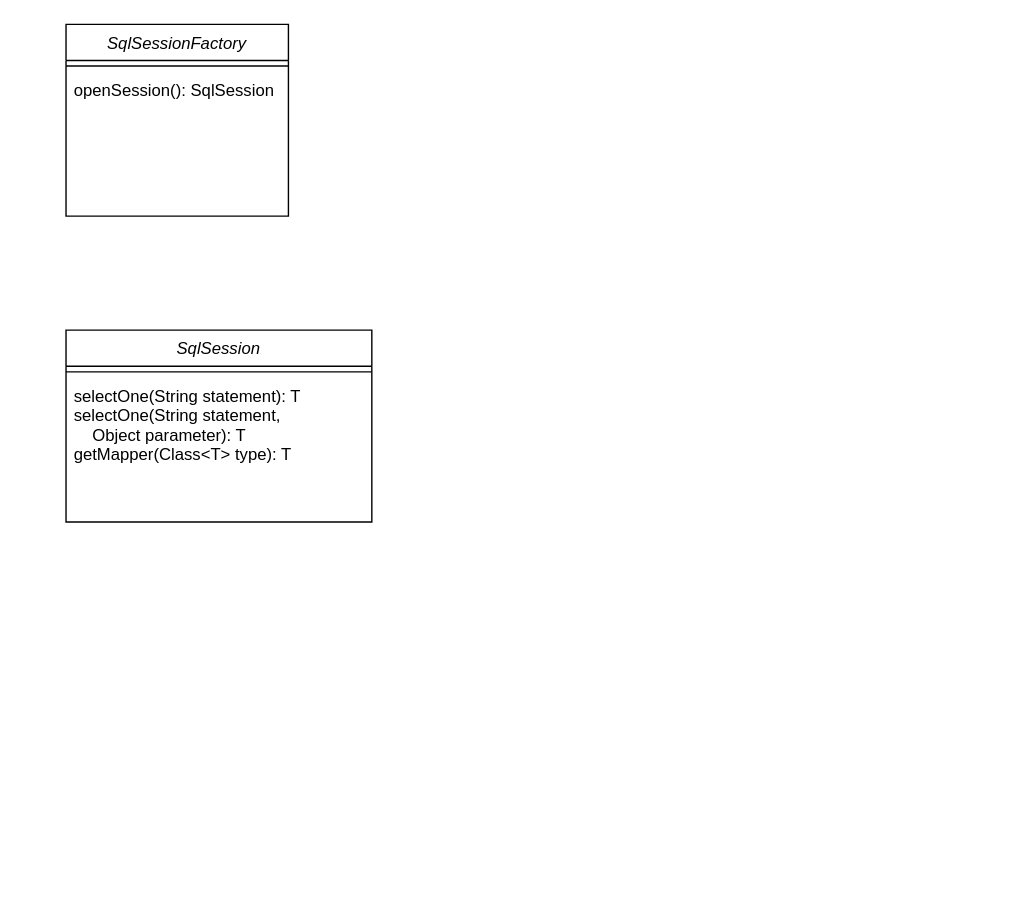
This is 未命名绘图.drawio from weixiaojian/draw-io-lib, a draw.io file, before an edit. Source tidied: cells renumbered, new cells numbered last; positions are measured from the earlier drawing's top-left corner, leaving out a move shared by most shapes. Both pictures are drawn from the tidied source at 139%, with x=0, y=0 at pixel (65, 24).
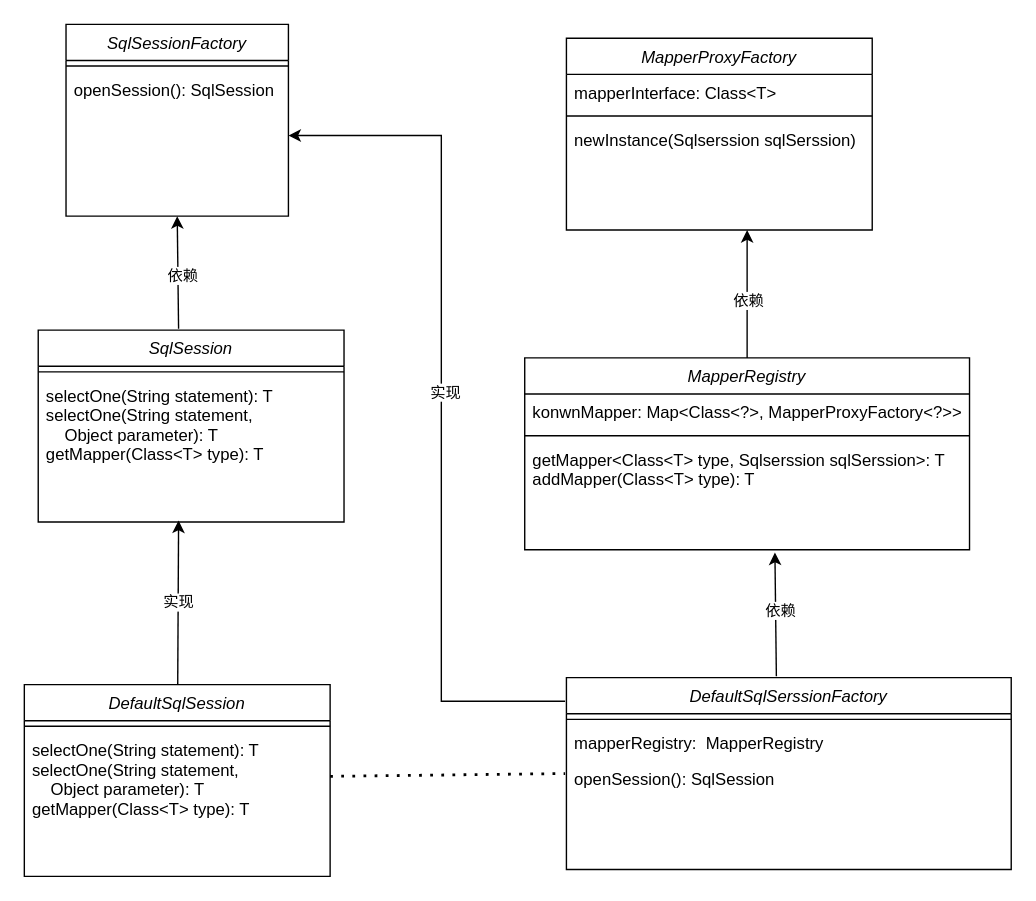
After the change.

Commit message:
更新未命名绘图.drawio

The change refers to these unchanged cells:
```xml
<mxCell id="2" value="SqlSessionFactory" style="swimlane;fontStyle=2;align=center;verticalAlign=top;horizontal=1;startSize=26;rounded=0;shadow=0;strokeWidth=1;" parent="1" vertex="1">
  <mxGeometry width="160" height="138" as="geometry" />
</mxCell>
<mxCell id="7" value="selectOne(String statement): T&#10;selectOne(String statement, &#10;    Object parameter): T&#10;getMapper(Class&lt;T&gt; type): T" style="text;align=left;verticalAlign=top;spacingLeft=4;spacingRight=4;overflow=hidden;points=[[0,0.5],[1,0.5]];portConstraint=eastwest;" parent="5" vertex="1">
  <mxGeometry y="34" width="220" height="96" as="geometry" />
</mxCell>
```

The edit, as a diff of the source:
```diff
@@
     <mxCell id="5" value="SqlSession" style="swimlane;fontStyle=2;align=center;verticalAlign=top;horizontal=1;startSize=26;rounded=0;shadow=0;strokeWidth=1;" parent="1" vertex="1">
-      <mxGeometry y="220" width="220" height="138" as="geometry" />
+      <mxGeometry x="-20" y="220" width="220" height="138" as="geometry" />
     </mxCell>
@@
+    <mxCell id="8" value="DefaultSqlSession" style="swimlane;fontStyle=2;align=center;verticalAlign=top;horizontal=1;startSize=26;rounded=0;shadow=0;strokeWidth=1;" parent="1" vertex="1">
+      <mxGeometry x="-30" y="475" width="220" height="138" as="geometry" />
+    </mxCell>
+    <mxCell id="9" style="line;html=1;strokeWidth=1;align=left;verticalAlign=middle;spacingTop=-1;spacingLeft=3;spacingRight=3;labelPosition=right;" parent="8" vertex="1">
+      <mxGeometry y="26" width="220" height="8" as="geometry" />
+    </mxCell>
+    <mxCell id="10" value="selectOne(String statement): T&#10;selectOne(String statement, &#10;    Object parameter): T&#10;getMapper(Class&lt;T&gt; type): T" style="text;align=left;verticalAlign=top;spacingLeft=4;spacingRight=4;overflow=hidden;" parent="8" vertex="1">
+      <mxGeometry y="34" width="220" height="96" as="geometry" />
+    </mxCell>
+    <mxCell id="11" style="endArrow=classic;html=1;rounded=0;entryX=0.459;entryY=1.073;entryDx=0;entryDy=0;entryPerimeter=0;" parent="1" edge="1" source="8" target="7">
+      <mxGeometry relative="1" as="geometry" />
+    </mxCell>
+    <mxCell id="12" value="实现" style="edgeLabel;html=1;align=center;verticalAlign=middle;" parent="11" vertex="1">
+      <mxGeometry x="0.02" relative="1" as="geometry" />
+    </mxCell>
+    <mxCell id="13" style="endArrow=classic;html=1;rounded=0;exitX=0.459;exitY=-0.007;exitDx=0;exitDy=0;exitPerimeter=0;entryX=0.5;entryY=1;entryDx=0;entryDy=0;" parent="1" edge="1" source="5" target="2">
+      <mxGeometry relative="1" as="geometry" />
+    </mxCell>
+    <mxCell id="14" value="依赖" style="edgeLabel;html=1;align=center;verticalAlign=middle;" parent="13" vertex="1">
+      <mxGeometry x="-0.04" y="-3" relative="1" as="geometry" />
+    </mxCell>
+    <mxCell id="15" value="MapperProxyFactory" style="swimlane;fontStyle=2;align=center;verticalAlign=top;horizontal=1;startSize=26;rounded=0;shadow=0;strokeWidth=1;" parent="1" vertex="1">
+      <mxGeometry x="360" y="10" width="220" height="138" as="geometry" />
+    </mxCell>
+    <mxCell id="16" value="mapperInterface: Class&lt;T&gt;" style="text;align=left;verticalAlign=top;spacingLeft=4;spacingRight=4;overflow=hidden;" parent="15" vertex="1">
+      <mxGeometry y="26" width="220" height="26" as="geometry" />
+    </mxCell>
+    <mxCell id="17" style="line;html=1;strokeWidth=1;align=left;verticalAlign=middle;spacingTop=-1;spacingLeft=3;spacingRight=3;labelPosition=right;" parent="15" vertex="1">
+      <mxGeometry y="52" width="220" height="8" as="geometry" />
+    </mxCell>
+    <mxCell id="18" value="newInstance(Sqlserssion sqlSerssion)" style="text;align=left;verticalAlign=top;spacingLeft=4;spacingRight=4;overflow=hidden;" parent="15" vertex="1">
+      <mxGeometry y="60" width="220" height="26" as="geometry" />
+    </mxCell>
+    <mxCell id="19" value="MapperRegistry" style="swimlane;fontStyle=2;align=center;verticalAlign=top;horizontal=1;startSize=26;rounded=0;shadow=0;strokeWidth=1;" parent="1" vertex="1">
+      <mxGeometry x="330" y="240" width="320" height="138" as="geometry" />
+    </mxCell>
+    <mxCell id="20" value="konwnMapper: Map&lt;Class&lt;?&gt;, MapperProxyFactory&lt;?&gt;&gt;" style="text;align=left;verticalAlign=top;spacingLeft=4;spacingRight=4;overflow=hidden;" parent="19" vertex="1">
+      <mxGeometry y="26" width="320" height="26" as="geometry" />
+    </mxCell>
+    <mxCell id="21" style="line;html=1;strokeWidth=1;align=left;verticalAlign=middle;spacingTop=-1;spacingLeft=3;spacingRight=3;labelPosition=right;" parent="19" vertex="1">
+      <mxGeometry y="52" width="320" height="8" as="geometry" />
+    </mxCell>
+    <mxCell id="22" value="getMapper&lt;Class&lt;T&gt; type, Sqlserssion sqlSerssion&gt;: T&#10;addMapper(Class&lt;T&gt; type): T" style="text;align=left;verticalAlign=top;spacingLeft=4;spacingRight=4;overflow=hidden;" parent="19" vertex="1">
+      <mxGeometry y="60" width="320" height="70" as="geometry" />
+    </mxCell>
+    <mxCell id="23" value="DefaultSqlSerssionFactory" style="swimlane;fontStyle=2;align=center;verticalAlign=top;horizontal=1;startSize=26;rounded=0;shadow=0;strokeWidth=1;" parent="1" vertex="1">
+      <mxGeometry x="360" y="470" width="320" height="138" as="geometry" />
+    </mxCell>
+    <mxCell id="24" style="line;html=1;strokeWidth=1;align=left;verticalAlign=middle;spacingTop=-1;spacingLeft=3;spacingRight=3;labelPosition=right;" parent="23" vertex="1">
+      <mxGeometry y="26" width="320" height="8" as="geometry" />
+    </mxCell>
+    <mxCell id="25" value="mapperRegistry:  MapperRegistry" style="text;align=left;verticalAlign=top;spacingLeft=4;spacingRight=4;overflow=hidden;" parent="23" vertex="1">
+      <mxGeometry y="34" width="320" height="26" as="geometry" />
+    </mxCell>
+    <mxCell id="26" value="openSession(): SqlSession" style="text;align=left;verticalAlign=top;spacingLeft=4;spacingRight=4;overflow=hidden;points=[[0,0.5],[1,0.5]];portConstraint=eastwest;" parent="23" vertex="1">
+      <mxGeometry y="60" width="320" height="70" as="geometry" />
+    </mxCell>
+    <mxCell id="27" style="endArrow=none;dashed=1;html=1;dashPattern=1 3;strokeWidth=2;rounded=0;entryX=-0.003;entryY=0.129;entryDx=0;entryDy=0;entryPerimeter=0;exitX=1.023;exitY=0.219;exitDx=0;exitDy=0;exitPerimeter=0;" parent="1" edge="1" target="26">
+      <mxGeometry relative="1" as="geometry">
+        <mxPoint x="190" y="541" as="sourcePoint" />
+      </mxGeometry>
+    </mxCell>
+    <mxCell id="28" style="endArrow=classic;html=1;rounded=0;exitX=0.472;exitY=-0.007;exitDx=0;exitDy=0;exitPerimeter=0;" parent="1" edge="1" source="23">
+      <mxGeometry relative="1" as="geometry">
+        <mxPoint x="510" y="380" as="targetPoint" />
+      </mxGeometry>
+    </mxCell>
+    <mxCell id="29" value="依赖" style="edgeLabel;html=1;align=center;verticalAlign=middle;" parent="28" vertex="1">
+      <mxGeometry x="0.08" y="-3" relative="1" as="geometry" />
+    </mxCell>
+    <mxCell id="30" style="endArrow=classic;html=1;rounded=0;" parent="1" edge="1" source="19">
+      <mxGeometry relative="1" as="geometry">
+        <mxPoint x="490" y="148" as="targetPoint" />
+      </mxGeometry>
+    </mxCell>
+    <mxCell id="31" value="依赖" style="edgeLabel;html=1;align=center;verticalAlign=middle;" parent="30" vertex="1">
+      <mxGeometry x="-0.09" relative="1" as="geometry" />
+    </mxCell>
+    <mxCell id="32" style="endArrow=classic;html=1;rounded=0;exitX=-0.003;exitY=0.123;exitDx=0;exitDy=0;exitPerimeter=0;" parent="1" edge="1" source="23">
+      <mxGeometry relative="1" as="geometry">
+        <mxPoint x="160" y="80" as="targetPoint" />
+        <Array as="points">
+          <mxPoint x="270" y="487" />
+          <mxPoint x="270" y="80" />
+        </Array>
+      </mxGeometry>
+    </mxCell>
+    <mxCell id="33" value="实现" style="edgeLabel;html=1;align=center;verticalAlign=middle;" parent="32" vertex="1">
+      <mxGeometry x="0.03" y="-2" relative="1" as="geometry" />
+    </mxCell>
```
